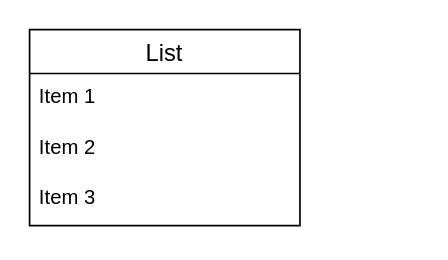
Earlier version of the draw.io diagram 新建流程图.drawio (weixiaojian/draw-io-lib). Source tidied: cells renumbered, new cells numbered last; positions are measured from the earlier drawing's top-left corner, leaving out a move shared by most shapes. Both pictures are drawn from the tidied source at 169%, with x=0, y=0 at pixel (29, 29).
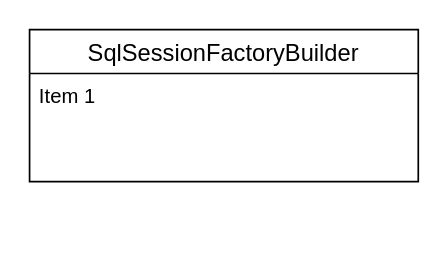
The same diagram, later.

Commit message (it also covers changes not shown here):
更新新建流程图.drawio

Change to the diagram source:
```diff
@@
 <mxGraphModel>
   <root>
     <mxCell id="0" />
     <mxCell id="1" parent="0" />
-    <mxCell id="2" value="List" style="swimlane;fontStyle=0;horizontal=1;startSize=26;align=center;fontSize=14;" parent="1" vertex="1">
-      <mxGeometry width="160" height="116" as="geometry" />
+    <mxCell id="2" value="SqlSessionFactoryBuilder" style="swimlane;fontStyle=0;horizontal=1;startSize=26;align=center;fontSize=14;" parent="1" vertex="1">
+      <mxGeometry width="230" height="90" as="geometry" />
     </mxCell>
-    <mxCell id="3" value="Item 1" style="text;strokeColor=none;fillColor=none;spacingLeft=4;spacingRight=4;overflow=hidden;fontSize=12;whiteSpace=wrap;html=1;" parent="2" vertex="1">
-      <mxGeometry y="26" width="160" height="30" as="geometry" />
+    <mxCell id="3" value="Item 1&lt;br&gt;&lt;br&gt;" style="text;strokeColor=none;fillColor=none;spacingLeft=4;spacingRight=4;overflow=hidden;fontSize=12;whiteSpace=wrap;html=1;" parent="2" vertex="1">
+      <mxGeometry y="26" width="230" height="64" as="geometry" />
     </mxCell>
-    <mxCell id="4" value="Item 2" style="text;strokeColor=none;fillColor=none;spacingLeft=4;spacingRight=4;overflow=hidden;fontSize=12;whiteSpace=wrap;html=1;" parent="2" vertex="1">
-      <mxGeometry y="56" width="160" height="30" as="geometry" />
-    </mxCell>
-    <mxCell id="5" value="Item 3" style="text;strokeColor=none;fillColor=none;spacingLeft=4;spacingRight=4;overflow=hidden;fontSize=12;whiteSpace=wrap;html=1;" parent="2" vertex="1">
-      <mxGeometry y="86" width="160" height="30" as="geometry" />
-    </mxCell>
   </root>
 </mxGraphModel>
```
